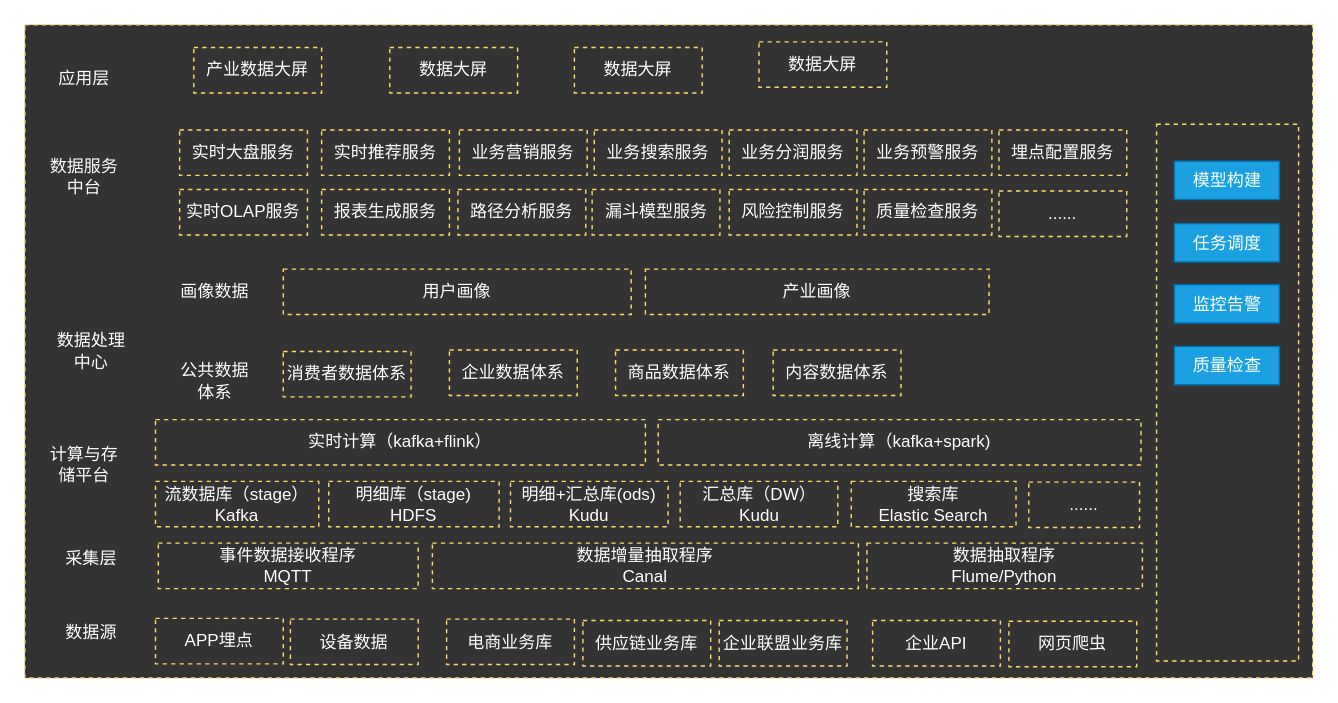
This is page "data-c" (5 of 5) of cgc/cgc-framework.drawio from kinvensan/drawio, a draw.io file, before an edit. Source tidied: cells renumbered, new cells numbered last; positions are measured from the earlier drawing's top-left corner, leaving out a move shared by most shapes. Both pictures are drawn from the tidied source at 142%, with x=0, y=0 at pixel (24, 24).
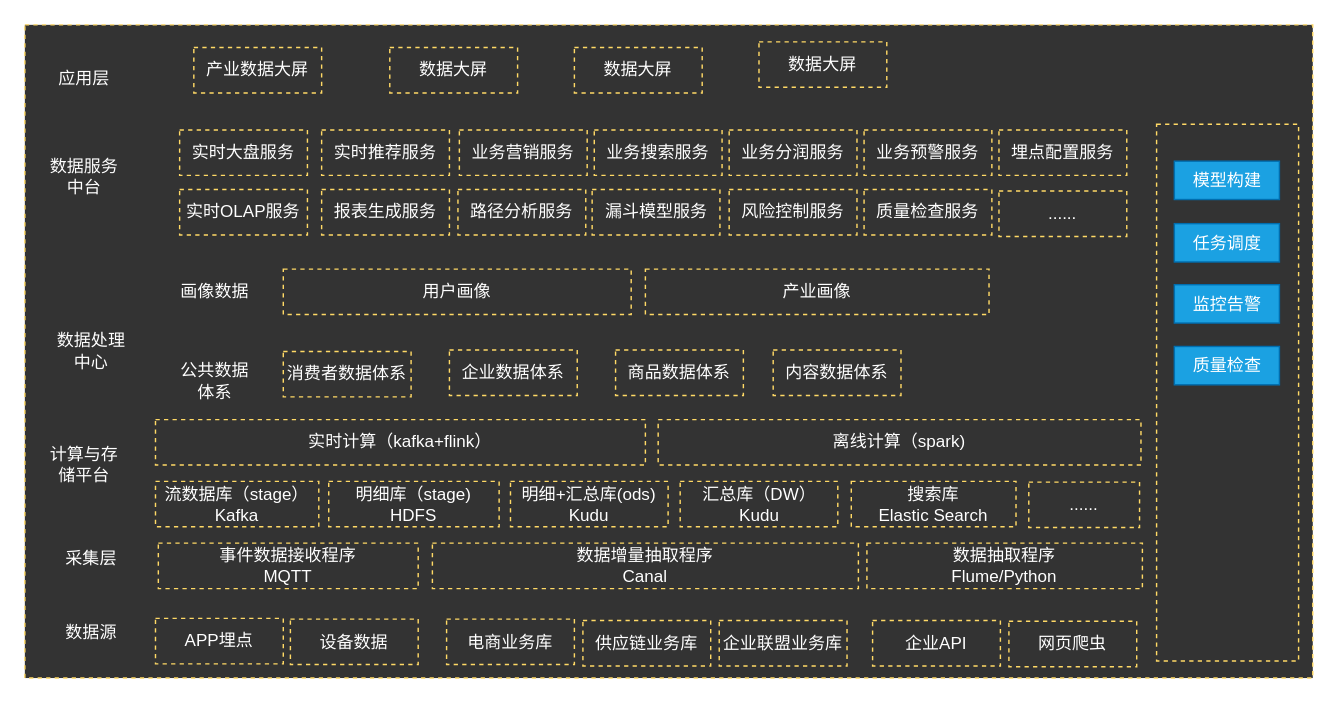
After the change.

The edit, as a diff of the source:
```diff
@@
-    <mxCell id="36" value="&lt;span style=&quot;white-space: normal&quot;&gt;离线计算（kafka+spark)&lt;br&gt;&lt;/span&gt;" style="rounded=0;whiteSpace=wrap;html=1;strokeColor=#FFD966;fontColor=#FFFFFF;fillColor=#333333;dashed=1;" parent="1" vertex="1">
+    <mxCell id="36" value="&lt;span style=&quot;white-space: normal&quot;&gt;离线计算（spark)&lt;br&gt;&lt;/span&gt;" style="rounded=0;whiteSpace=wrap;html=1;strokeColor=#FFD966;fontColor=#FFFFFF;fillColor=#333333;dashed=1;" parent="1" vertex="1">
       <mxGeometry x="446" y="278" width="340" height="32" as="geometry" />
     </mxCell>
```
